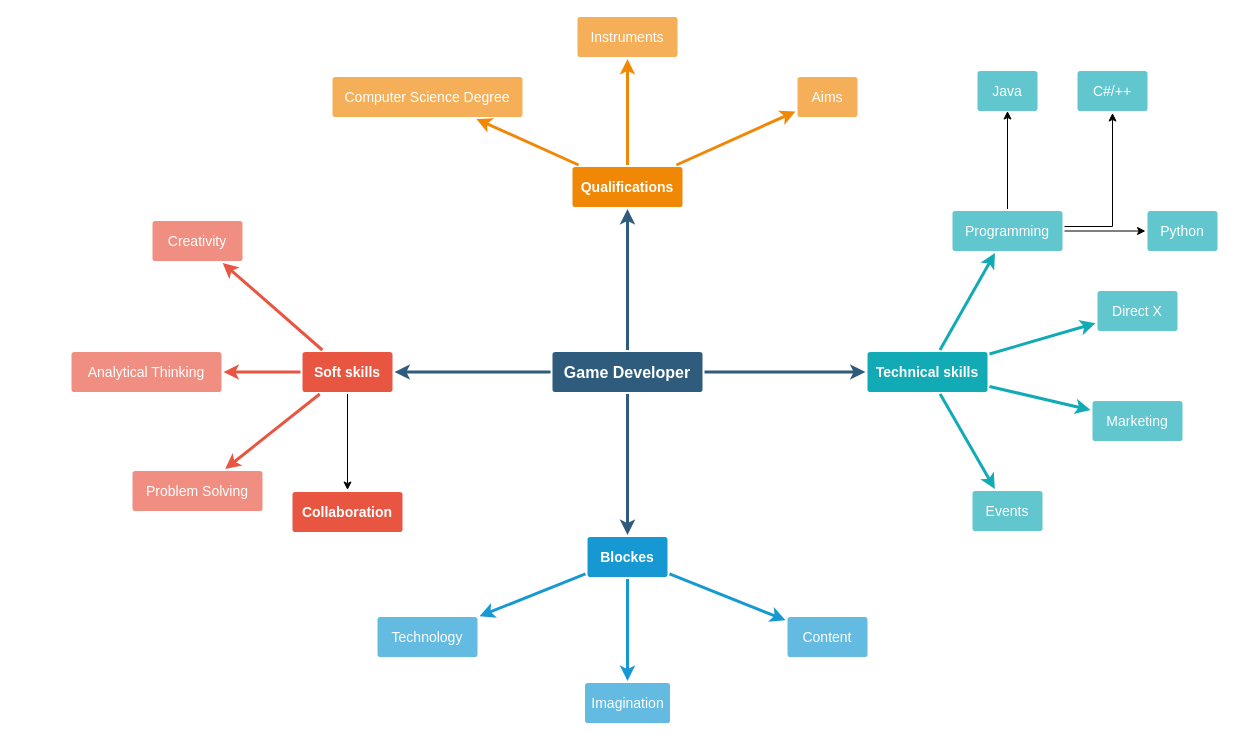
Above: Week 8.drawio in luotn/CN6007 (draw.io), before the change. Source tidied: cells renumbered, new cells numbered last; positions are measured from the earlier drawing's top-left corner, leaving out a move shared by most shapes. Both pictures are drawn from the tidied source at 100%, with x=0, y=0 at pixel (71, 16).
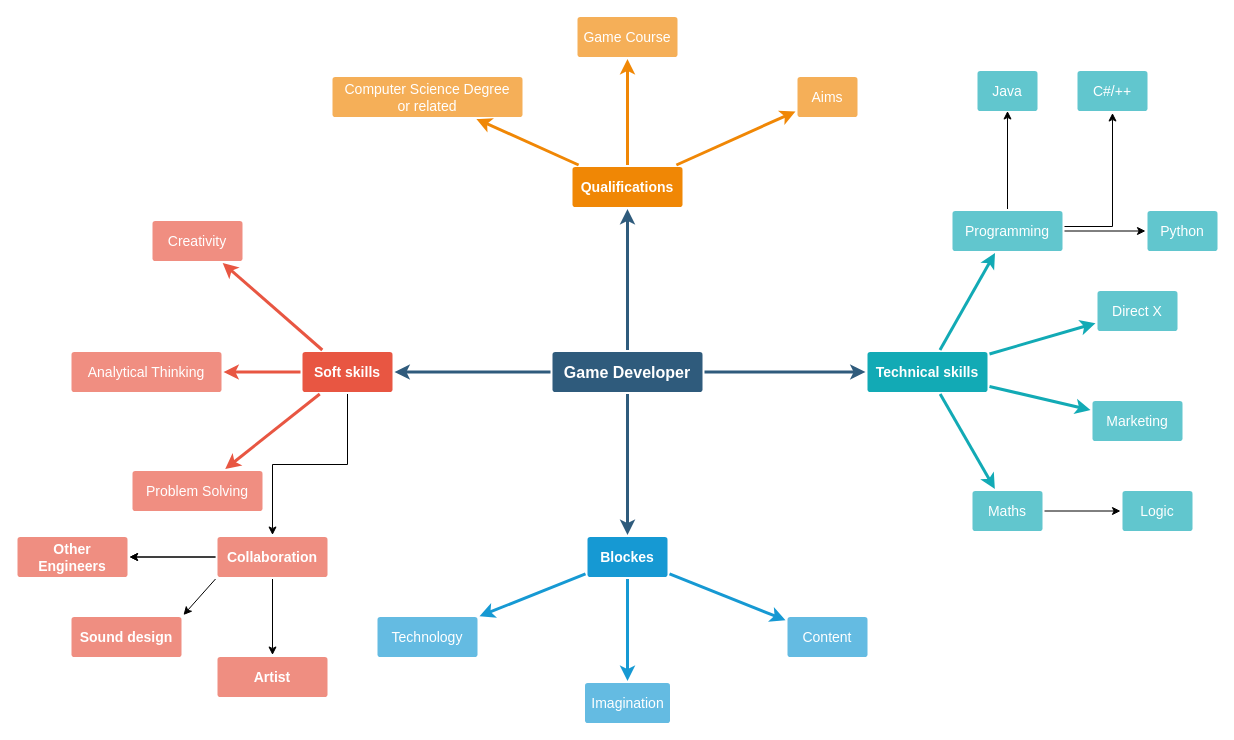
Above is the later version.

Diff of the diagram source:
```diff
@@
-    <mxCell id="25" value="Instruments" style="rounded=1;whiteSpace=wrap;html=1;shadow=0;labelBackgroundColor=none;strokeColor=none;strokeWidth=3;fillColor=#f5af58;fontFamily=Helvetica;fontSize=14;fontColor=#FFFFFF;align=center;spacing=5;arcSize=7;perimeterSpacing=2;" parent="1" vertex="1">
+    <mxCell id="25" value="Game Course" style="rounded=1;whiteSpace=wrap;html=1;shadow=0;labelBackgroundColor=none;strokeColor=none;strokeWidth=3;fillColor=#f5af58;fontFamily=Helvetica;fontSize=14;fontColor=#FFFFFF;align=center;spacing=5;arcSize=7;perimeterSpacing=2;" parent="1" vertex="1">
       <mxGeometry x="506" y="0.5" width="100" height="40" as="geometry" />
     </mxCell>
@@
-    <mxCell id="27" value="Computer Science Degree" style="rounded=1;whiteSpace=wrap;html=1;shadow=0;labelBackgroundColor=none;strokeColor=none;strokeWidth=3;fillColor=#f5af58;fontFamily=Helvetica;fontSize=14;fontColor=#FFFFFF;align=center;spacing=5;arcSize=7;perimeterSpacing=2;" parent="1" vertex="1">
+    <mxCell id="27" value="Computer Science Degree&lt;div&gt;or related&lt;/div&gt;" style="rounded=1;whiteSpace=wrap;html=1;shadow=0;labelBackgroundColor=none;strokeColor=none;strokeWidth=3;fillColor=#f5af58;fontFamily=Helvetica;fontSize=14;fontColor=#FFFFFF;align=center;spacing=5;arcSize=7;perimeterSpacing=2;" parent="1" vertex="1">
       <mxGeometry x="261" y="60.5" width="190" height="40" as="geometry" />
     </mxCell>
@@
+    <mxCell id="45" style="edgeStyle=orthogonalEdgeStyle;rounded=0;jettySize=auto;html=1;" parent="1" edge="1" source="30" target="49">
+      <mxGeometry relative="1" as="geometry" />
+    </mxCell>
-    <mxCell id="30" value="Events" style="rounded=1;whiteSpace=wrap;html=1;shadow=0;labelBackgroundColor=none;strokeColor=none;strokeWidth=3;fillColor=#61c6ce;fontFamily=Helvetica;fontSize=14;fontColor=#FFFFFF;align=center;spacing=5;fontStyle=0;arcSize=7;perimeterSpacing=2;" parent="1" vertex="1">
+    <mxCell id="30" value="Maths" style="rounded=1;whiteSpace=wrap;html=1;shadow=0;labelBackgroundColor=none;strokeColor=none;strokeWidth=3;fillColor=#61c6ce;fontFamily=Helvetica;fontSize=14;fontColor=#FFFFFF;align=center;spacing=5;fontStyle=0;arcSize=7;perimeterSpacing=2;" parent="1" vertex="1">
       <mxGeometry x="901" y="474.5" width="70" height="40" as="geometry" />
     </mxCell>
@@
+    <mxCell id="46" style="edgeStyle=orthogonalEdgeStyle;rounded=0;jettySize=auto;html=1;" parent="1" edge="1" source="44" target="50">
+      <mxGeometry relative="1" as="geometry" />
+    </mxCell>
+    <mxCell id="47" style="edgeStyle=orthogonalEdgeStyle;rounded=0;jettySize=auto;html=1;" parent="1" edge="1" source="44" target="51">
+      <mxGeometry relative="1" as="geometry" />
+    </mxCell>
+    <mxCell id="48" style="edgeStyle=orthogonalEdgeStyle;rounded=0;jettySize=auto;html=1;" parent="1" edge="1" source="44" target="51">
+      <mxGeometry relative="1" as="geometry" />
+    </mxCell>
-    <mxCell id="44" value="Collaboration" style="rounded=1;whiteSpace=wrap;html=1;shadow=0;labelBackgroundColor=none;strokeColor=none;strokeWidth=3;fillColor=#e85642;fontFamily=Helvetica;fontSize=14;fontColor=#FFFFFF;align=center;spacing=5;fontStyle=1;arcSize=7;perimeterSpacing=2;" parent="1" vertex="1">
-      <mxGeometry x="221" y="475.5" width="110" height="40" as="geometry" />
+    <mxCell id="44" value="Collaboration" style="rounded=1;whiteSpace=wrap;html=1;shadow=0;labelBackgroundColor=none;strokeColor=none;strokeWidth=3;fillColor=#ef8e81;fontFamily=Helvetica;fontSize=14;fontColor=#FFFFFF;align=center;spacing=5;fontStyle=1;arcSize=7;perimeterSpacing=2;" parent="1" vertex="1">
+      <mxGeometry x="146" y="520.5" width="110" height="40" as="geometry" />
     </mxCell>
+    <mxCell id="49" value="Logic" style="rounded=1;whiteSpace=wrap;html=1;shadow=0;labelBackgroundColor=none;strokeColor=none;strokeWidth=3;fillColor=#61c6ce;fontFamily=Helvetica;fontSize=14;fontColor=#FFFFFF;align=center;spacing=5;fontStyle=0;arcSize=7;perimeterSpacing=2;" parent="1" vertex="1">
+      <mxGeometry x="1051" y="474.5" width="70" height="40" as="geometry" />
+    </mxCell>
+    <mxCell id="50" value="Artist" style="rounded=1;whiteSpace=wrap;html=1;shadow=0;labelBackgroundColor=none;strokeColor=none;strokeWidth=3;fillColor=#ef8e81;fontFamily=Helvetica;fontSize=14;fontColor=#FFFFFF;align=center;spacing=5;fontStyle=1;arcSize=7;perimeterSpacing=2;" parent="1" vertex="1">
+      <mxGeometry x="146" y="640.5" width="110" height="40" as="geometry" />
+    </mxCell>
+    <mxCell id="51" value="Other Engineers" style="rounded=1;whiteSpace=wrap;html=1;shadow=0;labelBackgroundColor=none;strokeColor=none;strokeWidth=3;fillColor=#ef8e81;fontFamily=Helvetica;fontSize=14;fontColor=#FFFFFF;align=center;spacing=5;fontStyle=1;arcSize=7;perimeterSpacing=2;" parent="1" vertex="1">
+      <mxGeometry x="-54" y="520.5" width="110" height="40" as="geometry" />
+    </mxCell>
+    <mxCell id="52" value="Sound design" style="rounded=1;whiteSpace=wrap;html=1;shadow=0;labelBackgroundColor=none;strokeColor=none;strokeWidth=3;fillColor=#ef8e81;fontFamily=Helvetica;fontSize=14;fontColor=#FFFFFF;align=center;spacing=5;fontStyle=1;arcSize=7;perimeterSpacing=2;" parent="1" vertex="1">
+      <mxGeometry y="600.5" width="110" height="40" as="geometry" />
+    </mxCell>
+    <mxCell id="53" style="endArrow=classic;html=1;rounded=0;exitX=0;exitY=1;exitDx=0;exitDy=0;entryX=1;entryY=0;entryDx=0;entryDy=0;" parent="1" edge="1" source="44" target="52">
+      <mxGeometry relative="1" as="geometry" />
+    </mxCell>
```
